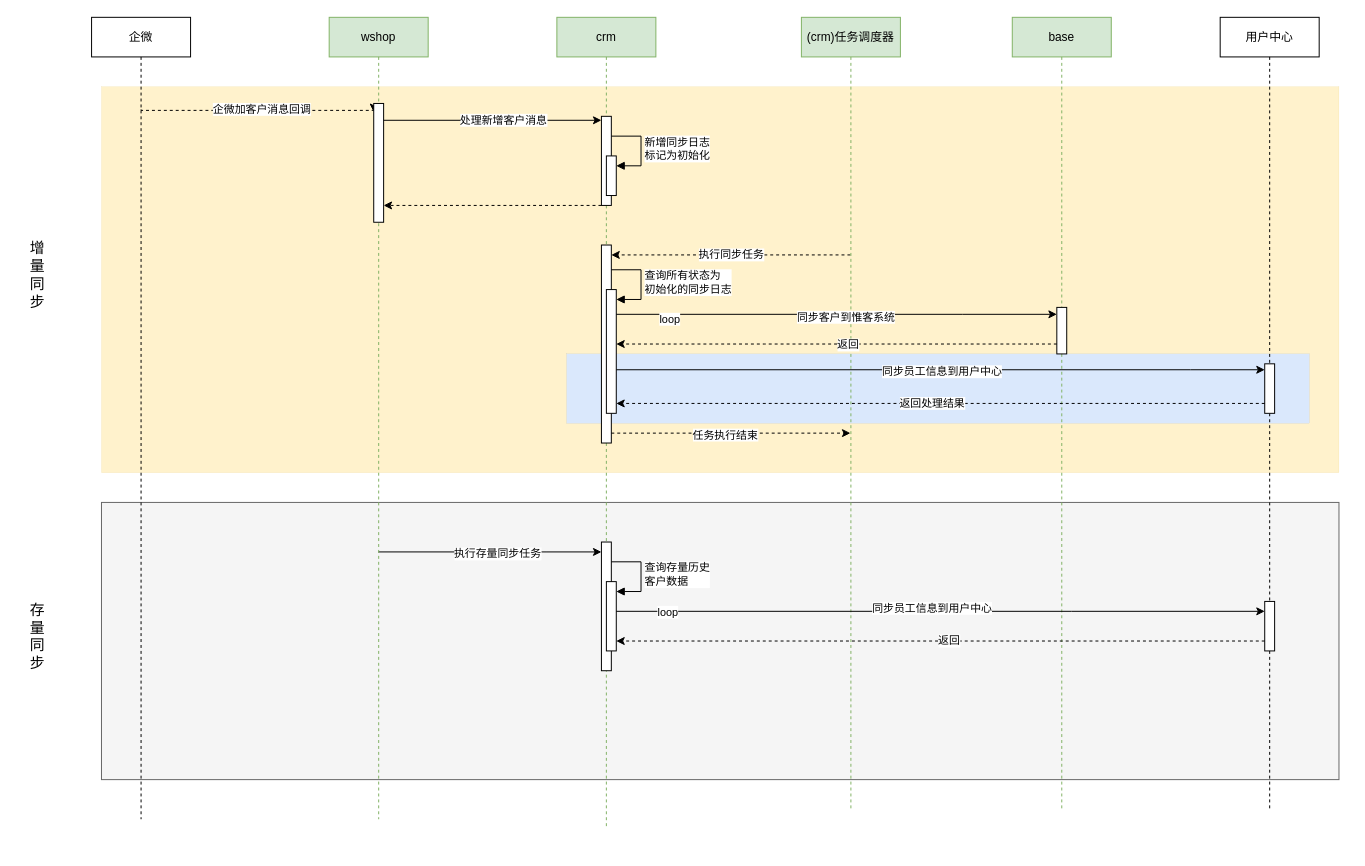
The draw.io diagram oneId.drawio in 330129161/draw.io, before the edit. Source tidied: cells renumbered, new cells numbered last; positions are measured from the earlier drawing's top-left corner, leaving out a move shared by most shapes. Both pictures are drawn from the tidied source at 99%, with x=0, y=0 at pixel (17, 17).
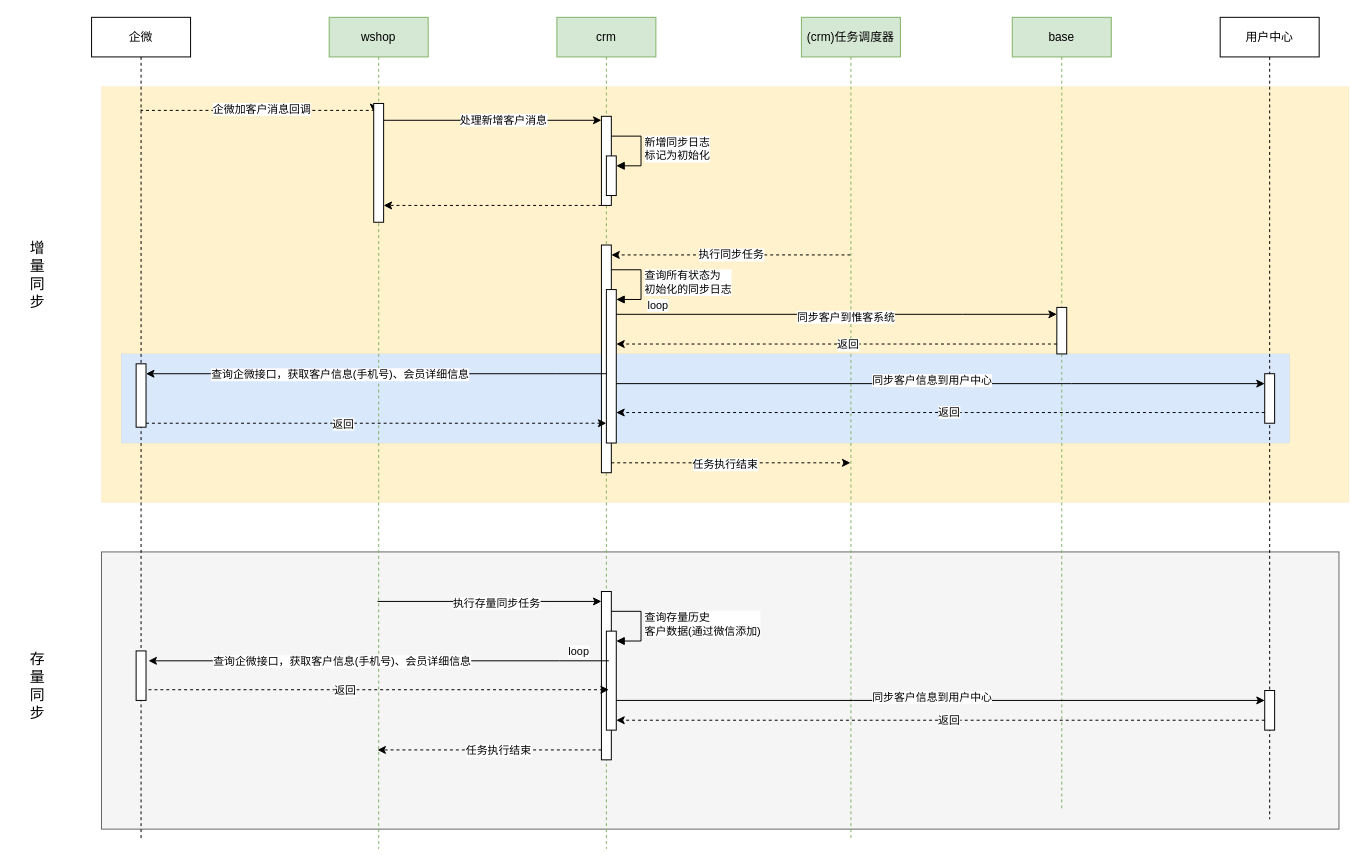
After the change.

What changed in the source:
```diff
@@
     <mxCell id="2" style="rounded=0;whiteSpace=wrap;html=1;fillColor=#f5f5f5;strokeColor=#666666;fontColor=#333333;" parent="1" vertex="1">
-      <mxGeometry x="85" y="490" width="1250" height="280" as="geometry" />
+      <mxGeometry x="85" y="540" width="1250" height="280" as="geometry" />
     </mxCell>
     <mxCell id="3" style="rounded=0;whiteSpace=wrap;html=1;fillColor=#fff2cc;strokeColor=#d6b656;strokeWidth=0;" parent="1" vertex="1">
-      <mxGeometry x="85" y="70" width="1250" height="390" as="geometry" />
+      <mxGeometry x="85" y="70" width="1260" height="420" as="geometry" />
     </mxCell>
     <mxCell id="4" style="rounded=0;whiteSpace=wrap;html=1;fillColor=#dae8fc;strokeColor=#6c8ebf;strokeWidth=0;" parent="1" vertex="1">
-      <mxGeometry x="555" y="340" width="750" height="70" as="geometry" />
+      <mxGeometry x="105" y="340" width="1180" height="90" as="geometry" />
     </mxCell>
@@
     <mxCell id="7" value="企微" style="shape=umlLifeline;perimeter=lifelinePerimeter;whiteSpace=wrap;html=1;newEdgeStyle={&quot;edgeStyle&quot;:&quot;elbowEdgeStyle&quot;,&quot;elbow&quot;:&quot;vertical&quot;,&quot;curved&quot;:0,&quot;rounded&quot;:0};" parent="1" vertex="1">
-      <mxGeometry x="75" width="100" height="810" as="geometry" />
+      <mxGeometry x="75" width="100" height="830" as="geometry" />
     </mxCell>
+    <mxCell id="50" style="html=1;points=[];perimeter=orthogonalPerimeter;outlineConnect=0;targetShapes=umlLifeline;portConstraint=eastwest;newEdgeStyle={&quot;edgeStyle&quot;:&quot;elbowEdgeStyle&quot;,&quot;elbow&quot;:&quot;vertical&quot;,&quot;curved&quot;:0,&quot;rounded&quot;:0};" parent="7" vertex="1">
+      <mxGeometry x="45" y="350" width="10" height="64" as="geometry" />
+    </mxCell>
+    <mxCell id="51" style="html=1;perimeter=orthogonalPerimeter;targetShapes=umlLifeline;newEdgeStyle={&quot;edgeStyle&quot;:&quot;elbowEdgeStyle&quot;,&quot;elbow&quot;:&quot;vertical&quot;,&quot;curved&quot;:0,&quot;rounded&quot;:0};" parent="7" vertex="1">
+      <mxGeometry x="45" y="640" width="10" height="50" as="geometry" />
+    </mxCell>
-    <mxCell id="8" style="edgeStyle=elbowEdgeStyle;rounded=0;jettySize=auto;html=1;elbow=vertical;curved=0;" parent="1" edge="1" source="10" target="19">
+    <mxCell id="8" style="edgeStyle=elbowEdgeStyle;rounded=0;jettySize=auto;html=1;elbow=vertical;curved=0;" parent="1" edge="1" target="19">
       <mxGeometry relative="1" as="geometry">
+        <mxPoint x="363.8" y="590" as="sourcePoint" />
         <Array as="points">
-          <mxPoint x="535" y="540" />
+          <mxPoint x="535" y="590" />
         </Array>
       </mxGeometry>
     </mxCell>
@@
     <mxCell id="10" value="wshop" style="shape=umlLifeline;perimeter=lifelinePerimeter;whiteSpace=wrap;html=1;outlineConnect=0;portConstraint=eastwest;newEdgeStyle={&quot;edgeStyle&quot;:&quot;elbowEdgeStyle&quot;,&quot;elbow&quot;:&quot;vertical&quot;,&quot;curved&quot;:0,&quot;rounded&quot;:0};fillColor=#d5e8d4;strokeColor=#82b366;" parent="1" vertex="1">
-      <mxGeometry x="315" width="100" height="810" as="geometry" />
+      <mxGeometry x="315" width="100" height="840" as="geometry" />
     </mxCell>
@@
     <mxCell id="12" value="crm" style="shape=umlLifeline;perimeter=lifelinePerimeter;whiteSpace=wrap;html=1;newEdgeStyle={&quot;edgeStyle&quot;:&quot;elbowEdgeStyle&quot;,&quot;elbow&quot;:&quot;vertical&quot;,&quot;curved&quot;:0,&quot;rounded&quot;:0};fillColor=#d5e8d4;strokeColor=#82b366;" parent="1" vertex="1">
-      <mxGeometry x="545" width="100" height="820" as="geometry" />
+      <mxGeometry x="545" width="100" height="840" as="geometry" />
     </mxCell>
@@
     <mxCell id="16" style="html=1;points=[];perimeter=orthogonalPerimeter;outlineConnect=0;targetShapes=umlLifeline;portConstraint=eastwest;newEdgeStyle={&quot;edgeStyle&quot;:&quot;elbowEdgeStyle&quot;,&quot;elbow&quot;:&quot;vertical&quot;,&quot;curved&quot;:0,&quot;rounded&quot;:0};" parent="12" vertex="1">
-      <mxGeometry x="45" y="230" width="10" height="200" as="geometry" />
+      <mxGeometry x="45" y="230" width="10" height="230" as="geometry" />
     </mxCell>
     <mxCell id="17" style="html=1;points=[];perimeter=orthogonalPerimeter;outlineConnect=0;targetShapes=umlLifeline;portConstraint=eastwest;newEdgeStyle={&quot;edgeStyle&quot;:&quot;elbowEdgeStyle&quot;,&quot;elbow&quot;:&quot;vertical&quot;,&quot;curved&quot;:0,&quot;rounded&quot;:0};" parent="12" vertex="1">
-      <mxGeometry x="50" y="275" width="10" height="125" as="geometry" />
+      <mxGeometry x="50" y="275" width="10" height="155" as="geometry" />
     </mxCell>
@@
     <mxCell id="19" style="html=1;points=[];perimeter=orthogonalPerimeter;outlineConnect=0;targetShapes=umlLifeline;portConstraint=eastwest;newEdgeStyle={&quot;edgeStyle&quot;:&quot;elbowEdgeStyle&quot;,&quot;elbow&quot;:&quot;vertical&quot;,&quot;curved&quot;:0,&quot;rounded&quot;:0};" parent="12" vertex="1">
-      <mxGeometry x="45" y="530" width="10" height="130" as="geometry" />
+      <mxGeometry x="45" y="580" width="10" height="170" as="geometry" />
     </mxCell>
     <mxCell id="20" style="html=1;points=[];perimeter=orthogonalPerimeter;outlineConnect=0;targetShapes=umlLifeline;portConstraint=eastwest;newEdgeStyle={&quot;edgeStyle&quot;:&quot;elbowEdgeStyle&quot;,&quot;elbow&quot;:&quot;vertical&quot;,&quot;curved&quot;:0,&quot;rounded&quot;:0};" parent="12" vertex="1">
-      <mxGeometry x="50" y="570" width="10" height="70" as="geometry" />
+      <mxGeometry x="50" y="620" width="10" height="100" as="geometry" />
     </mxCell>
-    <mxCell id="21" value="查询存量历史&lt;br&gt;客户数据" style="html=1;align=left;spacingLeft=2;endArrow=block;rounded=0;edgeStyle=orthogonalEdgeStyle;curved=0;rounded=0;" parent="12" edge="1" target="20">
+    <mxCell id="21" value="查询存量历史&lt;br&gt;客户数据(通过微信添加)" style="html=1;align=left;spacingLeft=2;endArrow=block;rounded=0;edgeStyle=orthogonalEdgeStyle;curved=0;rounded=0;" parent="12" edge="1" target="20">
       <mxGeometry relative="1" as="geometry">
-        <mxPoint x="55" y="550" as="sourcePoint" />
+        <mxPoint x="55" y="600" as="sourcePoint" />
         <Array as="points">
-          <mxPoint x="85" y="580" />
+          <mxPoint x="85" y="630" />
         </Array>
       </mxGeometry>
     </mxCell>
@@
     <mxCell id="25" value="(crm)任务调度器" style="shape=umlLifeline;perimeter=lifelinePerimeter;whiteSpace=wrap;html=1;outlineConnect=0;portConstraint=eastwest;newEdgeStyle={&quot;edgeStyle&quot;:&quot;elbowEdgeStyle&quot;,&quot;elbow&quot;:&quot;vertical&quot;,&quot;curved&quot;:0,&quot;rounded&quot;:0};fillColor=#d5e8d4;strokeColor=#82b366;" parent="1" vertex="1">
-      <mxGeometry x="792" width="100" height="800" as="geometry" />
+      <mxGeometry x="792" width="100" height="830" as="geometry" />
     </mxCell>
@@
     <mxCell id="33" value="用户中心" style="shape=umlLifeline;perimeter=lifelinePerimeter;whiteSpace=wrap;html=1;newEdgeStyle={&quot;edgeStyle&quot;:&quot;elbowEdgeStyle&quot;,&quot;elbow&quot;:&quot;vertical&quot;,&quot;curved&quot;:0,&quot;rounded&quot;:0};" parent="1" vertex="1">
-      <mxGeometry x="1215" width="100" height="800" as="geometry" />
+      <mxGeometry x="1215" width="100" height="810" as="geometry" />
     </mxCell>
     <mxCell id="34" style="html=1;points=[];perimeter=orthogonalPerimeter;outlineConnect=0;targetShapes=umlLifeline;portConstraint=eastwest;newEdgeStyle={&quot;edgeStyle&quot;:&quot;elbowEdgeStyle&quot;,&quot;elbow&quot;:&quot;vertical&quot;,&quot;curved&quot;:0,&quot;rounded&quot;:0};" parent="33" vertex="1">
-      <mxGeometry x="45" y="350" width="10" height="50" as="geometry" />
+      <mxGeometry x="45" y="360" width="10" height="50" as="geometry" />
     </mxCell>
     <mxCell id="35" style="html=1;points=[];perimeter=orthogonalPerimeter;outlineConnect=0;targetShapes=umlLifeline;portConstraint=eastwest;newEdgeStyle={&quot;edgeStyle&quot;:&quot;elbowEdgeStyle&quot;,&quot;elbow&quot;:&quot;vertical&quot;,&quot;curved&quot;:0,&quot;rounded&quot;:0};" parent="33" vertex="1">
-      <mxGeometry x="45" y="590" width="10" height="50" as="geometry" />
+      <mxGeometry x="45" y="680" width="10" height="40" as="geometry" />
     </mxCell>
-    <mxCell id="36" style="edgeStyle=elbowEdgeStyle;rounded=0;jettySize=auto;html=1;elbow=vertical;curved=0;" parent="1" edge="1" source="17" target="34">
-      <mxGeometry relative="1" as="geometry">
-        <Array as="points">
-          <mxPoint x="1185" y="356" />
-        </Array>
-      </mxGeometry>
-    </mxCell>
-    <mxCell id="37" value="同步员工信息到用户中心" style="edgeLabel;html=1;align=center;verticalAlign=middle;" parent="36" vertex="1">
-      <mxGeometry y="-1" relative="1" as="geometry" />
-    </mxCell>
-    <mxCell id="38" style="edgeStyle=elbowEdgeStyle;rounded=0;jettySize=auto;html=1;elbow=horizontal;curved=0;dashed=1;" parent="1" edge="1" source="16" target="25">
+    <mxCell id="38" style="edgeStyle=elbowEdgeStyle;rounded=0;orthogonalLoop=1;jettySize=auto;html=1;elbow=horizontal;curved=0;dashed=1;" parent="1" edge="1">
       <mxGeometry relative="1" as="geometry">
+        <mxPoint x="600" y="450" as="sourcePoint" />
+        <mxPoint x="841.5" y="450" as="targetPoint" />
         <Array as="points">
-          <mxPoint x="765" y="420" />
+          <mxPoint x="765" y="450" />
         </Array>
       </mxGeometry>
     </mxCell>
@@
-    <mxCell id="40" style="edgeStyle=elbowEdgeStyle;rounded=0;jettySize=auto;html=1;elbow=vertical;curved=0;dashed=1;" parent="1" edge="1" source="34" target="17">
-      <mxGeometry relative="1" as="geometry">
-        <Array as="points">
-          <mxPoint x="1195" y="390" />
-          <mxPoint x="1015" y="370" />
-        </Array>
-      </mxGeometry>
-    </mxCell>
-    <mxCell id="41" value="返回处理结果" style="edgeLabel;html=1;align=center;verticalAlign=middle;" parent="40" vertex="1">
-      <mxGeometry x="0.03" y="-1" relative="1" as="geometry" />
-    </mxCell>
@@
     <mxCell id="43" value="&lt;font style=&quot;font-size: 15px;&quot;&gt;存&lt;br style=&quot;font-size: 15px;&quot;&gt;量&lt;br style=&quot;font-size: 15px;&quot;&gt;同&lt;br style=&quot;font-size: 15px;&quot;&gt;步&lt;br style=&quot;font-size: 15px;&quot;&gt;&lt;/font&gt;" style="text;html=1;align=center;verticalAlign=middle;strokeColor=none;fillColor=none;fontSize=15;" parent="1" vertex="1">
-      <mxGeometry y="580" width="40" height="90" as="geometry" />
+      <mxGeometry y="630" width="40" height="90" as="geometry" />
     </mxCell>
     <mxCell id="44" style="edgeStyle=elbowEdgeStyle;rounded=0;jettySize=auto;html=1;elbow=vertical;curved=0;" parent="1" edge="1" source="20" target="35">
       <mxGeometry relative="1" as="geometry">
         <Array as="points">
-          <mxPoint x="1065" y="600" />
+          <mxPoint x="845" y="690" />
+          <mxPoint x="1065" y="650" />
         </Array>
       </mxGeometry>
     </mxCell>
-    <mxCell id="45" value="同步员工信息到用户中心" style="edgeLabel;html=1;align=center;verticalAlign=middle;" parent="44" vertex="1">
+    <mxCell id="45" value="同步客户信息到用户中心" style="edgeLabel;html=1;align=center;verticalAlign=middle;" parent="44" vertex="1">
       <mxGeometry x="-0.03" y="4" relative="1" as="geometry" />
     </mxCell>
     <mxCell id="46" value="loop" style="edgeLabel;html=1;align=center;verticalAlign=middle;" parent="44" vertex="1">
       <mxGeometry x="-0.87" relative="1" as="geometry">
-        <mxPoint x="8" as="offset" />
+        <mxPoint x="-82" y="-50" as="offset" />
       </mxGeometry>
     </mxCell>
     <mxCell id="47" style="edgeStyle=elbowEdgeStyle;rounded=0;jettySize=auto;html=1;elbow=vertical;curved=0;dashed=1;" parent="1" edge="1" source="35" target="20">
       <mxGeometry relative="1" as="geometry">
         <Array as="points">
-          <mxPoint x="985" y="630" />
+          <mxPoint x="1095" y="710" />
+          <mxPoint x="985" y="680" />
         </Array>
       </mxGeometry>
     </mxCell>
@@
+    <mxCell id="52" style="edgeStyle=elbowEdgeStyle;rounded=0;jettySize=auto;html=1;elbow=vertical;curved=0;" parent="1" edge="1" source="17" target="50">
+      <mxGeometry relative="1" as="geometry">
+        <Array as="points">
+          <mxPoint x="545" y="360" />
+          <mxPoint x="515" y="350" />
+          <mxPoint x="425" y="360" />
+        </Array>
+      </mxGeometry>
+    </mxCell>
+    <mxCell id="53" value="查询企微接口，获取客户信息(手机号)、会员详细信息" style="edgeLabel;html=1;align=center;verticalAlign=middle;" parent="52" vertex="1">
+      <mxGeometry x="0.16" relative="1" as="geometry" />
+    </mxCell>
+    <mxCell id="54" style="edgeStyle=elbowEdgeStyle;rounded=0;jettySize=auto;html=1;elbow=vertical;curved=0;dashed=1;" parent="1" edge="1" source="50" target="17">
+      <mxGeometry relative="1" as="geometry">
+        <Array as="points">
+          <mxPoint x="525" y="410" />
+        </Array>
+      </mxGeometry>
+    </mxCell>
+    <mxCell id="55" value="返回" style="edgeLabel;html=1;align=center;verticalAlign=middle;" parent="54" vertex="1">
+      <mxGeometry x="-0.15" relative="1" as="geometry" />
+    </mxCell>
+    <mxCell id="56" style="edgeStyle=elbowEdgeStyle;rounded=0;orthogonalLoop=1;jettySize=auto;html=1;elbow=vertical;curved=0;" parent="1" edge="1">
+      <mxGeometry relative="1" as="geometry">
+        <mxPoint x="605" y="370" as="sourcePoint" />
+        <mxPoint x="1260" y="370" as="targetPoint" />
+        <Array as="points">
+          <mxPoint x="1065" y="370" />
+        </Array>
+      </mxGeometry>
+    </mxCell>
+    <mxCell id="57" value="同步客户信息到用户中心" style="edgeLabel;html=1;align=center;verticalAlign=middle;" parent="56" vertex="1">
+      <mxGeometry x="-0.03" y="4" relative="1" as="geometry" />
+    </mxCell>
-    <mxCell id="49" value="loop" style="edgeLabel;html=1;align=center;verticalAlign=middle;" parent="1" vertex="1">
-      <mxGeometry x="675" y="620" as="geometry">
-        <mxPoint x="-17" y="-316" as="offset" />
+    <mxCell id="49" value="loop" style="edgeLabel;html=1;align=center;verticalAlign=middle;" parent="56" vertex="1">
+      <mxGeometry x="-0.87" relative="1" as="geometry">
+        <mxPoint x="-2" y="-80" as="offset" />
       </mxGeometry>
     </mxCell>
+    <mxCell id="58" style="edgeStyle=elbowEdgeStyle;rounded=0;orthogonalLoop=1;jettySize=auto;html=1;elbow=vertical;curved=0;dashed=1;" parent="1" edge="1">
+      <mxGeometry relative="1" as="geometry">
+        <mxPoint x="1260" y="399.2" as="sourcePoint" />
+        <mxPoint x="605" y="399.2" as="targetPoint" />
+        <Array as="points">
+          <mxPoint x="985" y="399.2" />
+        </Array>
+      </mxGeometry>
+    </mxCell>
+    <mxCell id="59" value="返回" style="edgeLabel;html=1;align=center;verticalAlign=middle;" parent="58" vertex="1">
+      <mxGeometry x="-0.02" y="-1" relative="1" as="geometry">
+        <mxPoint x="1" as="offset" />
+      </mxGeometry>
+    </mxCell>
+    <mxCell id="60" style="edgeStyle=elbowEdgeStyle;rounded=0;orthogonalLoop=1;jettySize=auto;html=1;elbow=vertical;curved=0;" parent="1" edge="1">
+      <mxGeometry relative="1" as="geometry">
+        <mxPoint x="597.5" y="650" as="sourcePoint" />
+        <mxPoint x="132.5" y="650" as="targetPoint" />
+        <Array as="points">
+          <mxPoint x="547.5" y="650" />
+          <mxPoint x="517.5" y="640" />
+          <mxPoint x="427.5" y="650" />
+        </Array>
+      </mxGeometry>
+    </mxCell>
+    <mxCell id="61" value="查询企微接口，获取客户信息(手机号)、会员详细信息" style="edgeLabel;html=1;align=center;verticalAlign=middle;" parent="60" vertex="1">
+      <mxGeometry x="0.16" relative="1" as="geometry" />
+    </mxCell>
+    <mxCell id="62" style="edgeStyle=elbowEdgeStyle;rounded=0;orthogonalLoop=1;jettySize=auto;html=1;elbow=vertical;curved=0;dashed=1;" parent="1" edge="1">
+      <mxGeometry relative="1" as="geometry">
+        <mxPoint x="132.5" y="679.2" as="sourcePoint" />
+        <mxPoint x="597.5" y="679.2" as="targetPoint" />
+        <Array as="points">
+          <mxPoint x="527.5" y="679.2" />
+        </Array>
+      </mxGeometry>
+    </mxCell>
+    <mxCell id="63" value="返回" style="edgeLabel;html=1;align=center;verticalAlign=middle;" parent="62" vertex="1">
+      <mxGeometry x="-0.15" relative="1" as="geometry" />
+    </mxCell>
+    <mxCell id="64" style="edgeStyle=elbowEdgeStyle;rounded=0;jettySize=auto;html=1;elbow=vertical;curved=0;dashed=1;" parent="1" edge="1" source="19">
+      <mxGeometry relative="1" as="geometry">
+        <mxPoint x="363.8" y="740" as="targetPoint" />
+        <Array as="points">
+          <mxPoint x="525" y="740" />
+        </Array>
+      </mxGeometry>
+    </mxCell>
+    <mxCell id="65" value="任务执行结束" style="edgeLabel;html=1;align=center;verticalAlign=middle;" parent="64" vertex="1">
+      <mxGeometry x="0.13" y="-5" relative="1" as="geometry">
+        <mxPoint x="23" y="5" as="offset" />
+      </mxGeometry>
+    </mxCell>
```
